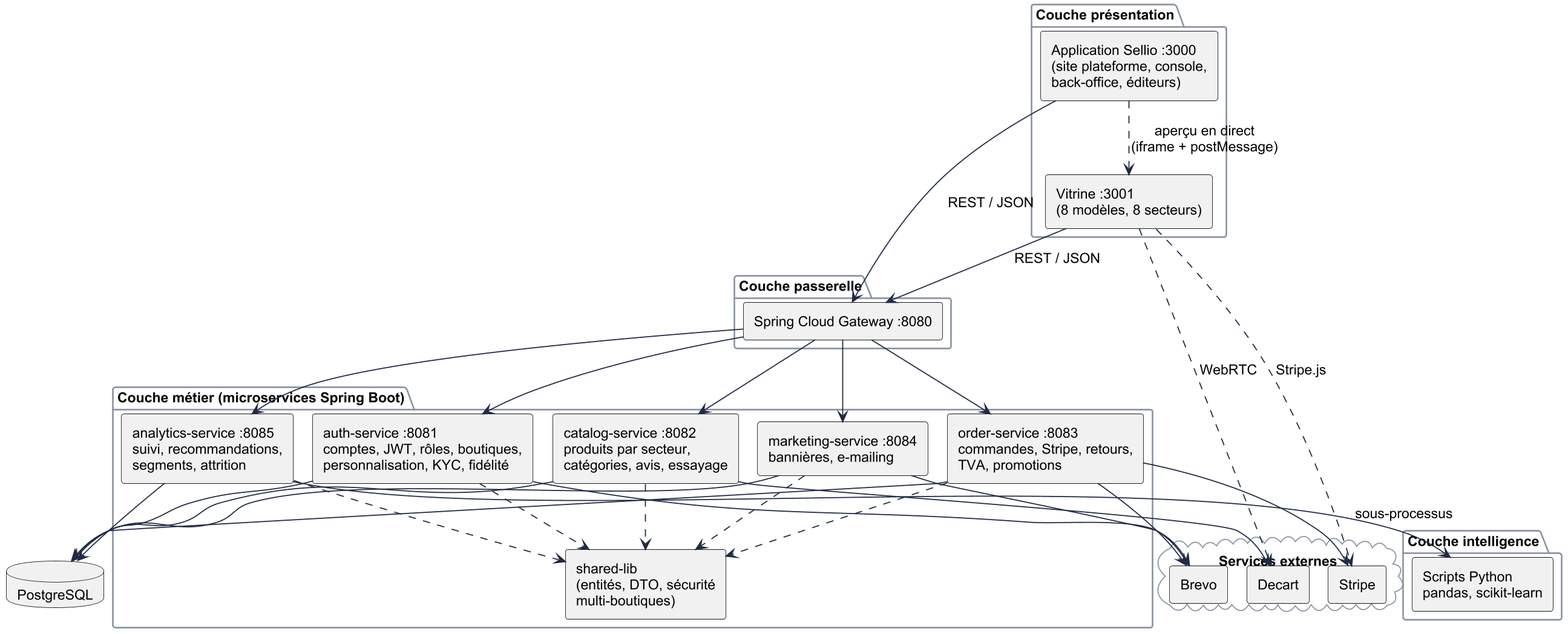
The PlantUML diagram Rapport_rania/Image/architecture_logique.png in raniakhedri/Stage-PFE, before a commit.
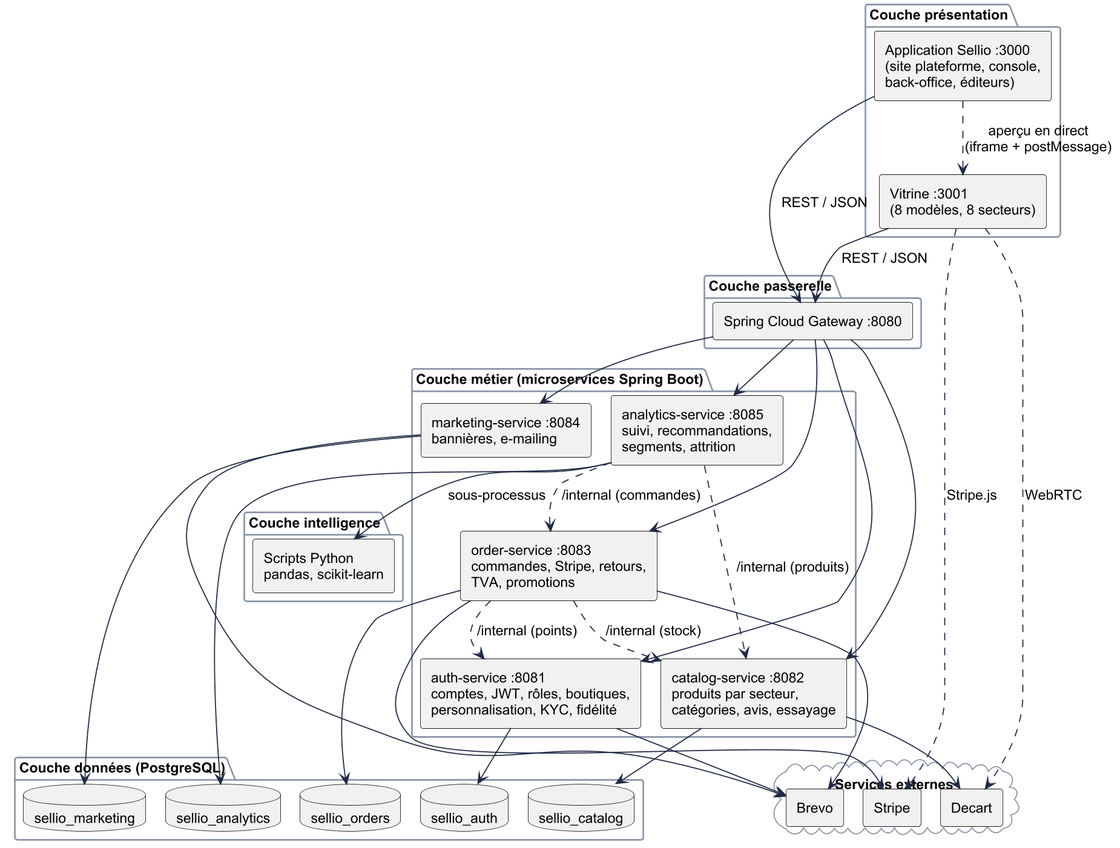
After the change.

What changed in the source:
```diff
@@ -14,12 +14,17 @@
   [order-service :8083\ncommandes, Stripe, retours,\nTVA, promotions] as OS
   [marketing-service :8084\nbannières, e-mailing] as MS
   [analytics-service :8085\nsuivi, recommandations,\nsegments, attrition] as AN
-  [shared-lib\n(entités, DTO, sécurité\nmulti-boutiques)] as SL
 }
 package "Couche intelligence" {
   [Scripts Python\npandas, scikit-learn] as PY
 }
-database "PostgreSQL" as DB
+package "Couche données (PostgreSQL)" {
+  database "sellio_auth" as DA
+  database "sellio_catalog" as DC2
+  database "sellio_orders" as DO
+  database "sellio_marketing" as DM
+  database "sellio_analytics" as DN
+}
 cloud "Services externes" {
   [Stripe] as ST
   [Decart] as DC
@@ -33,17 +38,16 @@
 GW --> OS
 GW --> MS
 GW --> AN
-AS ..> SL
-CS ..> SL
-OS ..> SL
-MS ..> SL
-AN ..> SL
+OS ..> CS : /internal (stock)
+OS ..> AS : /internal (points)
+AN ..> CS : /internal (produits)
+AN ..> OS : /internal (commandes)
 AN --> PY : sous-processus
-AS --> DB
-CS --> DB
-OS --> DB
-MS --> DB
-AN --> DB
+AS --> DA
+CS --> DC2
+OS --> DO
+MS --> DM
+AN --> DN
 OS --> ST
 CS --> DC
 AS --> BR
```
